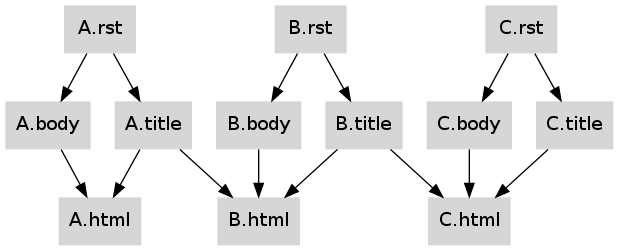
Above: contingent/diagram1.png in aosabook/500lines (Graphviz), before the change. Its source is kept beside it as contingent/diagram1.dot. Its diagram source:
```dot
digraph { node [shape=rect penwidth=0 style=filled fillcolor="#d6d6d6"];
"A.body" -> "A.html"
"A.rst" -> "A.body"
"A.rst" -> "A.title"
"A.title" -> "A.html"
"A.title" -> "B.html"
"B.body" -> "B.html"
"B.rst" -> "B.body"
"B.rst" -> "B.title"
"B.title" -> "B.html"
"B.title" -> "C.html"
"C.body" -> "C.html"
"C.rst" -> "C.body"
"C.rst" -> "C.title"
"C.title" -> "C.html"
}
```
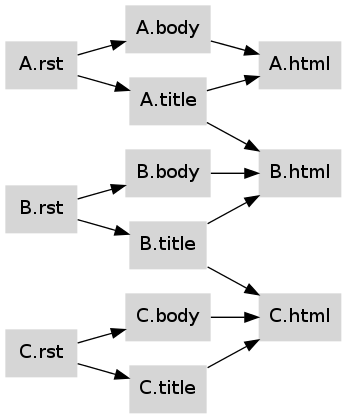
The same diagram one commit later.

Commit message:
Rebuild diagrams with new rankdir=LR setting

The edit, as a diff of the source:
```diff
@@ -1,4 +1,4 @@
-digraph { node [shape=rect penwidth=0 style=filled fillcolor="#d6d6d6"];
+digraph { graph [rankdir=LR]; node [shape=rect penwidth=0 style=filled fillcolor="#d6d6d6"];
 "A.body" -> "A.html"
 "A.rst" -> "A.body"
 "A.rst" -> "A.title"
```
